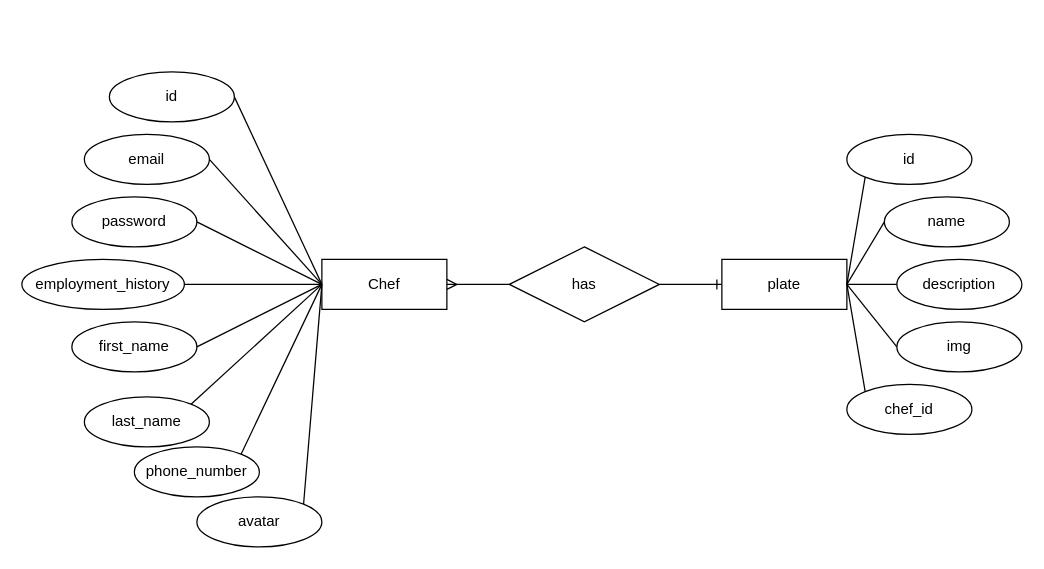
Before: database/entity_relationship_diagram.drawio in franpax95/CH_Restaurante, a draw.io diagram. Source tidied: cells renumbered, new cells numbered last; positions are measured from the earlier drawing's top-left corner, leaving out a move shared by most shapes. Both pictures are drawn from the tidied source at 125%, with x=0, y=0 at pixel (21, 71).
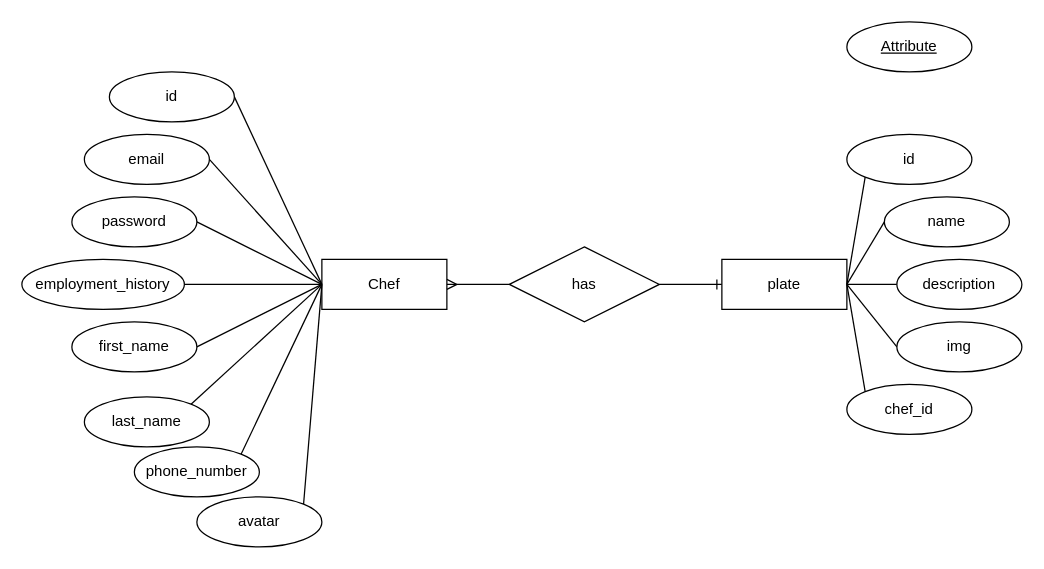
After the change.

Diff of the diagram source:
```diff
@@
+    <mxCell id="33" value="Attribute" style="ellipse;whiteSpace=wrap;html=1;align=center;fontStyle=4;" parent="1" vertex="1">
+      <mxGeometry x="660" y="-40" width="100" height="40" as="geometry" />
+    </mxCell>
```
